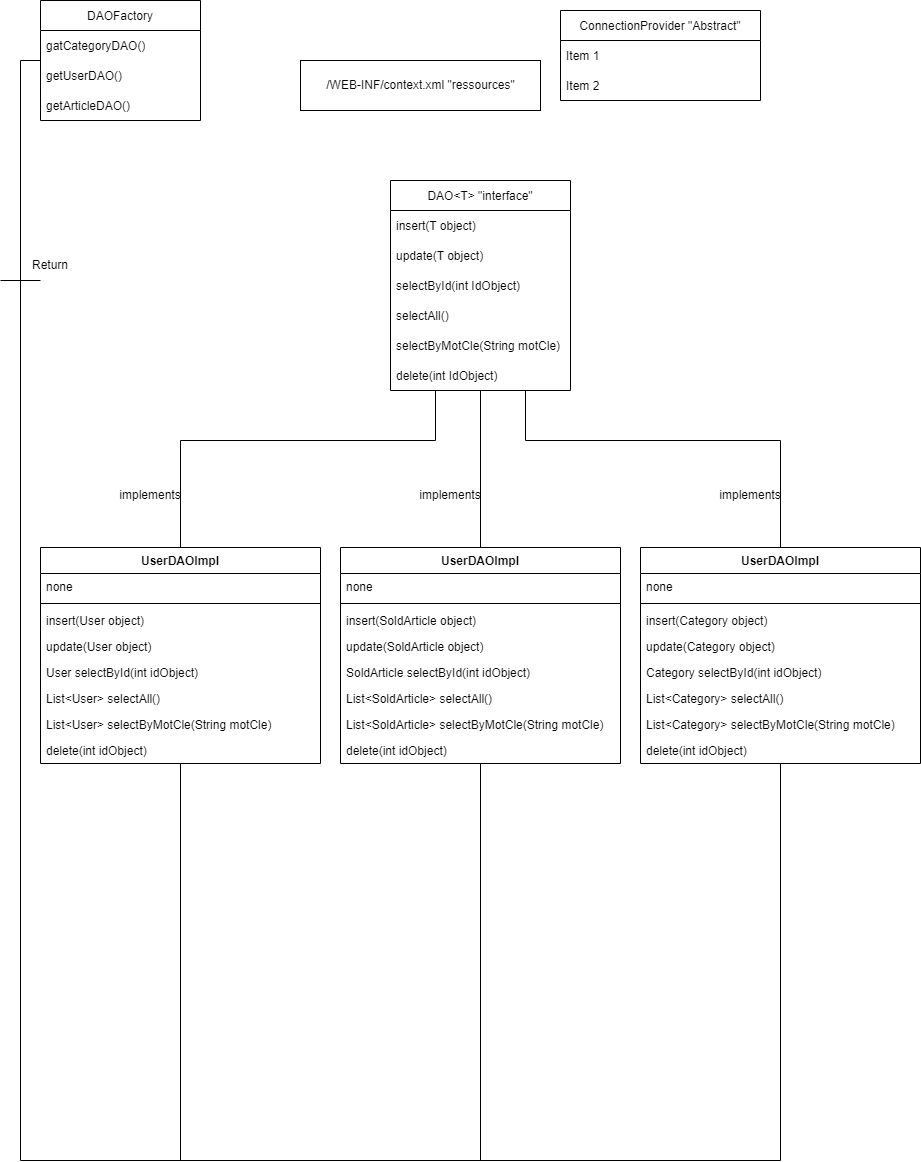
Earlier version of the draw.io export Diagram/Diagram DAL.png (Deadrix/ENCHERES-ENI). Source tidied: cells renumbered, new cells last; positions are measured from the earlier drawing's top-left corner, leaving out a move shared by most shapes.
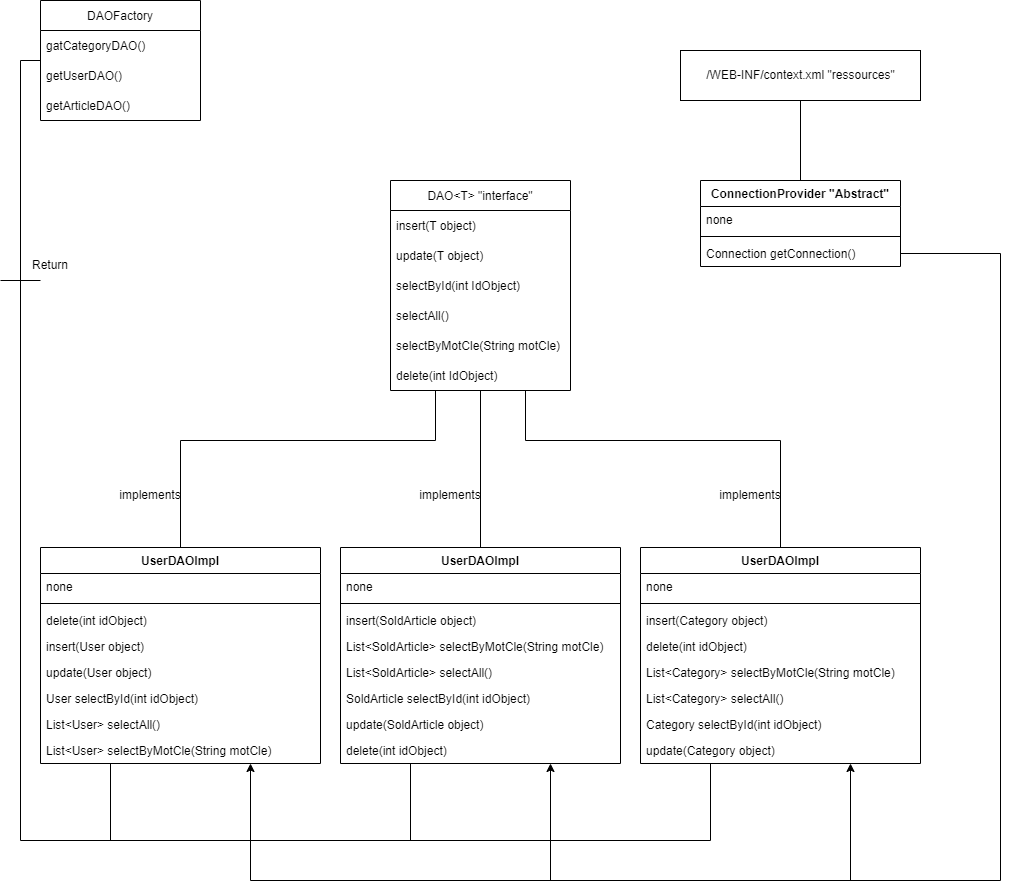
The same diagram one commit later.

What changed in the source:
```diff
@@ -63,23 +63,23 @@
     <mxCell id="18" value="implements" style="text;html=1;strokeColor=none;fillColor=none;align=center;verticalAlign=middle;whiteSpace=wrap;rounded=0;rotation=0;" parent="1" vertex="1">
       <mxGeometry x="720" y="480" width="60" height="30" as="geometry" />
     </mxCell>
-    <mxCell id="19" style="endArrow=none;html=1;rounded=0;entryX=0;entryY=0.5;entryDx=0;entryDy=0;exitX=0.5;exitY=1;exitDx=0;exitDy=0;" parent="1" edge="1" source="46" target="2">
+    <mxCell id="19" style="endArrow=none;html=1;rounded=0;entryX=0;entryY=0.5;entryDx=0;entryDy=0;exitX=0.25;exitY=1;exitDx=0;exitDy=0;" parent="1" edge="1" source="46" target="2">
       <mxGeometry relative="1" as="geometry">
         <Array as="points">
-          <mxPoint x="780" y="1160" />
-          <mxPoint x="20" y="1160" />
+          <mxPoint x="710" y="840" />
+          <mxPoint x="20" y="840" />
           <mxPoint x="20" y="60" />
         </Array>
       </mxGeometry>
     </mxCell>
-    <mxCell id="20" style="endArrow=none;html=1;rounded=0;entryX=0.5;entryY=1;entryDx=0;entryDy=0;" parent="1" edge="1" target="37">
+    <mxCell id="20" style="endArrow=none;html=1;rounded=0;entryX=0.25;entryY=1;entryDx=0;entryDy=0;" parent="1" edge="1" target="37">
       <mxGeometry relative="1" as="geometry">
-        <mxPoint x="480" y="1160" as="sourcePoint" />
+        <mxPoint x="410" y="840" as="sourcePoint" />
       </mxGeometry>
     </mxCell>
-    <mxCell id="21" style="endArrow=none;html=1;rounded=0;exitX=0.5;exitY=1;exitDx=0;exitDy=0;" parent="1" edge="1" source="28">
+    <mxCell id="21" style="endArrow=none;html=1;rounded=0;exitX=0.25;exitY=1;exitDx=0;exitDy=0;" parent="1" edge="1" source="28">
       <mxGeometry relative="1" as="geometry">
-        <mxPoint x="180" y="1160" as="targetPoint" />
+        <mxPoint x="110" y="840" as="targetPoint" />
       </mxGeometry>
     </mxCell>
     <mxCell id="22" style="endArrow=none;html=1;rounded=0;" parent="1" edge="1">
@@ -91,17 +91,8 @@
     <mxCell id="23" value="Return" style="text;html=1;strokeColor=none;fillColor=none;align=center;verticalAlign=middle;whiteSpace=wrap;rounded=0;" parent="1" vertex="1">
       <mxGeometry x="20" y="250" width="60" height="30" as="geometry" />
     </mxCell>
-    <mxCell id="24" value="ConnectionProvider &quot;Abstract&quot;" style="swimlane;fontStyle=0;horizontal=1;startSize=30;" parent="1" vertex="1">
-      <mxGeometry x="560" y="10" width="200" height="90" as="geometry" />
-    </mxCell>
-    <mxCell id="25" value="Item 1" style="text;strokeColor=none;fillColor=none;align=left;verticalAlign=middle;spacingLeft=4;spacingRight=4;overflow=hidden;" parent="24" vertex="1">
-      <mxGeometry y="30" width="200" height="30" as="geometry" />
-    </mxCell>
-    <mxCell id="26" value="Item 2" style="text;strokeColor=none;fillColor=none;align=left;verticalAlign=middle;spacingLeft=4;spacingRight=4;overflow=hidden;" parent="24" vertex="1">
-      <mxGeometry y="60" width="200" height="30" as="geometry" />
-    </mxCell>
     <mxCell id="27" value="/WEB-INF/context.xml &quot;ressources&quot;" style="html=1;" parent="1" vertex="1">
-      <mxGeometry x="300" y="60" width="240" height="50" as="geometry" />
+      <mxGeometry x="680" y="50" width="240" height="50" as="geometry" />
     </mxCell>
     <mxCell id="28" value="UserDAOImpl" style="swimlane;fontStyle=1;align=center;verticalAlign=top;horizontal=1;startSize=26;" parent="1" vertex="1">
       <mxGeometry x="40" y="547" width="280" height="216" as="geometry" />
@@ -112,24 +103,24 @@
     <mxCell id="30" style="line;strokeWidth=1;fillColor=none;align=left;verticalAlign=middle;spacingTop=-1;spacingLeft=3;spacingRight=3;labelPosition=right;" parent="28" vertex="1">
       <mxGeometry y="52" width="280" height="8" as="geometry" />
     </mxCell>
+    <mxCell id="36" value="delete(int idObject)" style="text;strokeColor=none;fillColor=none;align=left;verticalAlign=top;spacingLeft=4;spacingRight=4;overflow=hidden;" parent="28" vertex="1">
+      <mxGeometry y="60" width="280" height="26" as="geometry" />
+    </mxCell>
     <mxCell id="31" value="insert(User object)" style="text;strokeColor=none;fillColor=none;align=left;verticalAlign=top;spacingLeft=4;spacingRight=4;overflow=hidden;" parent="28" vertex="1">
-      <mxGeometry y="60" width="280" height="26" as="geometry" />
+      <mxGeometry y="86" width="280" height="26" as="geometry" />
     </mxCell>
     <mxCell id="32" value="update(User object)" style="text;strokeColor=none;fillColor=none;align=left;verticalAlign=top;spacingLeft=4;spacingRight=4;overflow=hidden;" parent="28" vertex="1">
-      <mxGeometry y="86" width="280" height="26" as="geometry" />
+      <mxGeometry y="112" width="280" height="26" as="geometry" />
     </mxCell>
     <mxCell id="33" value="User selectById(int idObject)" style="text;strokeColor=none;fillColor=none;align=left;verticalAlign=top;spacingLeft=4;spacingRight=4;overflow=hidden;" parent="28" vertex="1">
-      <mxGeometry y="112" width="280" height="26" as="geometry" />
+      <mxGeometry y="138" width="280" height="26" as="geometry" />
     </mxCell>
     <mxCell id="34" value="List&lt;User&gt; selectAll()" style="text;strokeColor=none;fillColor=none;align=left;verticalAlign=top;spacingLeft=4;spacingRight=4;overflow=hidden;" parent="28" vertex="1">
-      <mxGeometry y="138" width="280" height="26" as="geometry" />
+      <mxGeometry y="164" width="280" height="26" as="geometry" />
     </mxCell>
     <mxCell id="35" value="List&lt;User&gt; selectByMotCle(String motCle)" style="text;strokeColor=none;fillColor=none;align=left;verticalAlign=top;spacingLeft=4;spacingRight=4;overflow=hidden;" parent="28" vertex="1">
-      <mxGeometry y="164" width="280" height="26" as="geometry" />
+      <mxGeometry y="190" width="280" height="26" as="geometry" />
     </mxCell>
-    <mxCell id="36" value="delete(int idObject)" style="text;strokeColor=none;fillColor=none;align=left;verticalAlign=top;spacingLeft=4;spacingRight=4;overflow=hidden;" parent="28" vertex="1">
-      <mxGeometry y="190" width="280" height="26" as="geometry" />
-    </mxCell>
     <mxCell id="37" value="UserDAOImpl" style="swimlane;fontStyle=1;align=center;verticalAlign=top;horizontal=1;startSize=26;" parent="1" vertex="1">
       <mxGeometry x="340" y="547" width="280" height="216" as="geometry" />
     </mxCell>
@@ -142,18 +133,18 @@
     <mxCell id="40" value="insert(SoldArticle object)" style="text;strokeColor=none;fillColor=none;align=left;verticalAlign=top;spacingLeft=4;spacingRight=4;overflow=hidden;" parent="37" vertex="1">
       <mxGeometry y="60" width="280" height="26" as="geometry" />
     </mxCell>
+    <mxCell id="44" value="List&lt;SoldArticle&gt; selectByMotCle(String motCle)" style="text;strokeColor=none;fillColor=none;align=left;verticalAlign=top;spacingLeft=4;spacingRight=4;overflow=hidden;" parent="37" vertex="1">
+      <mxGeometry y="86" width="280" height="26" as="geometry" />
+    </mxCell>
+    <mxCell id="43" value="List&lt;SoldArticle&gt; selectAll()" style="text;strokeColor=none;fillColor=none;align=left;verticalAlign=top;spacingLeft=4;spacingRight=4;overflow=hidden;" parent="37" vertex="1">
+      <mxGeometry y="112" width="280" height="26" as="geometry" />
+    </mxCell>
+    <mxCell id="42" value="SoldArticle selectById(int idObject)" style="text;strokeColor=none;fillColor=none;align=left;verticalAlign=top;spacingLeft=4;spacingRight=4;overflow=hidden;" parent="37" vertex="1">
+      <mxGeometry y="138" width="280" height="26" as="geometry" />
+    </mxCell>
     <mxCell id="41" value="update(SoldArticle object)" style="text;strokeColor=none;fillColor=none;align=left;verticalAlign=top;spacingLeft=4;spacingRight=4;overflow=hidden;" parent="37" vertex="1">
-      <mxGeometry y="86" width="280" height="26" as="geometry" />
+      <mxGeometry y="164" width="280" height="26" as="geometry" />
     </mxCell>
-    <mxCell id="42" value="SoldArticle selectById(int idObject)" style="text;strokeColor=none;fillColor=none;align=left;verticalAlign=top;spacingLeft=4;spacingRight=4;overflow=hidden;" parent="37" vertex="1">
-      <mxGeometry y="112" width="280" height="26" as="geometry" />
-    </mxCell>
-    <mxCell id="43" value="List&lt;SoldArticle&gt; selectAll()" style="text;strokeColor=none;fillColor=none;align=left;verticalAlign=top;spacingLeft=4;spacingRight=4;overflow=hidden;" parent="37" vertex="1">
-      <mxGeometry y="138" width="280" height="26" as="geometry" />
-    </mxCell>
-    <mxCell id="44" value="List&lt;SoldArticle&gt; selectByMotCle(String motCle)" style="text;strokeColor=none;fillColor=none;align=left;verticalAlign=top;spacingLeft=4;spacingRight=4;overflow=hidden;" parent="37" vertex="1">
-      <mxGeometry y="164" width="280" height="26" as="geometry" />
-    </mxCell>
     <mxCell id="45" value="delete(int idObject)" style="text;strokeColor=none;fillColor=none;align=left;verticalAlign=top;spacingLeft=4;spacingRight=4;overflow=hidden;" parent="37" vertex="1">
       <mxGeometry y="190" width="280" height="26" as="geometry" />
     </mxCell>
@@ -169,20 +160,54 @@
     <mxCell id="49" value="insert(Category object)" style="text;strokeColor=none;fillColor=none;align=left;verticalAlign=top;spacingLeft=4;spacingRight=4;overflow=hidden;" parent="46" vertex="1">
       <mxGeometry y="60" width="280" height="26" as="geometry" />
     </mxCell>
+    <mxCell id="54" value="delete(int idObject)" style="text;strokeColor=none;fillColor=none;align=left;verticalAlign=top;spacingLeft=4;spacingRight=4;overflow=hidden;" parent="46" vertex="1">
+      <mxGeometry y="86" width="280" height="26" as="geometry" />
+    </mxCell>
+    <mxCell id="53" value="List&lt;Category&gt; selectByMotCle(String motCle)" style="text;strokeColor=none;fillColor=none;align=left;verticalAlign=top;spacingLeft=4;spacingRight=4;overflow=hidden;" parent="46" vertex="1">
+      <mxGeometry y="112" width="280" height="26" as="geometry" />
+    </mxCell>
+    <mxCell id="52" value="List&lt;Category&gt; selectAll()" style="text;strokeColor=none;fillColor=none;align=left;verticalAlign=top;spacingLeft=4;spacingRight=4;overflow=hidden;" parent="46" vertex="1">
+      <mxGeometry y="138" width="280" height="26" as="geometry" />
+    </mxCell>
+    <mxCell id="51" value="Category selectById(int idObject)" style="text;strokeColor=none;fillColor=none;align=left;verticalAlign=top;spacingLeft=4;spacingRight=4;overflow=hidden;" parent="46" vertex="1">
+      <mxGeometry y="164" width="280" height="26" as="geometry" />
+    </mxCell>
     <mxCell id="50" value="update(Category object)" style="text;strokeColor=none;fillColor=none;align=left;verticalAlign=top;spacingLeft=4;spacingRight=4;overflow=hidden;" parent="46" vertex="1">
-      <mxGeometry y="86" width="280" height="26" as="geometry" />
+      <mxGeometry y="190" width="280" height="26" as="geometry" />
     </mxCell>
-    <mxCell id="51" value="Category selectById(int idObject)" style="text;strokeColor=none;fillColor=none;align=left;verticalAlign=top;spacingLeft=4;spacingRight=4;overflow=hidden;" parent="46" vertex="1">
-      <mxGeometry y="112" width="280" height="26" as="geometry" />
-    </mxCell>
-    <mxCell id="52" value="List&lt;Category&gt; selectAll()" style="text;strokeColor=none;fillColor=none;align=left;verticalAlign=top;spacingLeft=4;spacingRight=4;overflow=hidden;" parent="46" vertex="1">
-      <mxGeometry y="138" width="280" height="26" as="geometry" />
-    </mxCell>
-    <mxCell id="53" value="List&lt;Category&gt; selectByMotCle(String motCle)" style="text;strokeColor=none;fillColor=none;align=left;verticalAlign=top;spacingLeft=4;spacingRight=4;overflow=hidden;" parent="46" vertex="1">
-      <mxGeometry y="164" width="280" height="26" as="geometry" />
-    </mxCell>
-    <mxCell id="54" value="delete(int idObject)" style="text;strokeColor=none;fillColor=none;align=left;verticalAlign=top;spacingLeft=4;spacingRight=4;overflow=hidden;" parent="46" vertex="1">
-      <mxGeometry y="190" width="280" height="26" as="geometry" />
-    </mxCell>
+    <mxCell id="24" value="ConnectionProvider &quot;Abstract&quot;" style="swimlane;fontStyle=1;align=center;verticalAlign=top;horizontal=1;startSize=26;" parent="1" vertex="1">
+      <mxGeometry x="700" y="180" width="200" height="86" as="geometry" />
+    </mxCell>
+    <mxCell id="55" value="none" style="text;strokeColor=none;fillColor=none;align=left;verticalAlign=top;spacingLeft=4;spacingRight=4;overflow=hidden;" parent="24" vertex="1">
+      <mxGeometry y="26" width="200" height="26" as="geometry" />
+    </mxCell>
+    <mxCell id="56" style="line;strokeWidth=1;fillColor=none;align=left;verticalAlign=middle;spacingTop=-1;spacingLeft=3;spacingRight=3;labelPosition=right;" parent="24" vertex="1">
+      <mxGeometry y="52" width="200" height="8" as="geometry" />
+    </mxCell>
+    <mxCell id="57" value="Connection getConnection()" style="text;strokeColor=none;fillColor=none;align=left;verticalAlign=top;spacingLeft=4;spacingRight=4;overflow=hidden;points=[[0,0.5],[1,0.5]];portConstraint=eastwest;" parent="24" vertex="1">
+      <mxGeometry y="60" width="200" height="26" as="geometry" />
+    </mxCell>
+    <mxCell id="58" style="endArrow=none;html=1;rounded=0;entryX=0.5;entryY=1;entryDx=0;entryDy=0;exitX=0.5;exitY=0;exitDx=0;exitDy=0;" parent="1" edge="1" source="24" target="27">
+      <mxGeometry relative="1" as="geometry" />
+    </mxCell>
+    <mxCell id="59" style="endArrow=classic;html=1;rounded=0;exitX=1;exitY=0.5;exitDx=0;exitDy=0;entryX=0.75;entryY=1;entryDx=0;entryDy=0;" parent="1" edge="1" source="57" target="28">
+      <mxGeometry relative="1" as="geometry">
+        <Array as="points">
+          <mxPoint x="1000" y="253" />
+          <mxPoint x="1000" y="880" />
+          <mxPoint x="250" y="880" />
+        </Array>
+      </mxGeometry>
+    </mxCell>
+    <mxCell id="60" style="endArrow=classic;html=1;rounded=0;entryX=0.75;entryY=1;entryDx=0;entryDy=0;" parent="1" edge="1" target="37">
+      <mxGeometry relative="1" as="geometry">
+        <mxPoint x="550" y="880" as="sourcePoint" />
+      </mxGeometry>
+    </mxCell>
+    <mxCell id="61" style="endArrow=classic;html=1;rounded=0;entryX=0.75;entryY=1;entryDx=0;entryDy=0;" parent="1" edge="1" target="46">
+      <mxGeometry relative="1" as="geometry">
+        <mxPoint x="850" y="880" as="sourcePoint" />
+      </mxGeometry>
+    </mxCell>
   </root>
 </mxGraphModel>
```
